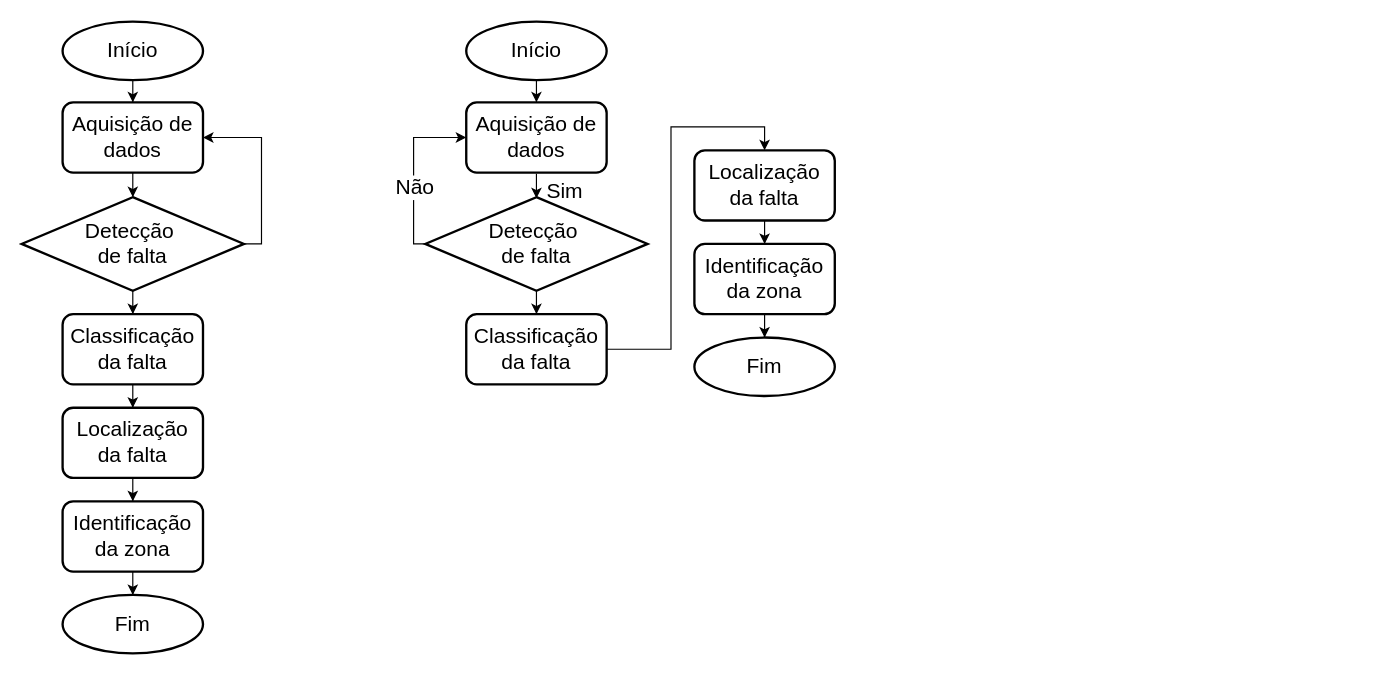
CaioVCGrilo/fluxogramas keeps this draw.io diagram as localizacao_ondas_viajantes_cba.drawio. Above is the earlier version. Source tidied: cells renumbered, new cells numbered last; positions are measured from the earlier drawing's top-left corner, leaving out a move shared by most shapes. Both pictures are drawn from the tidied source at 117%, with x=0, y=0 at pixel (21, 21).
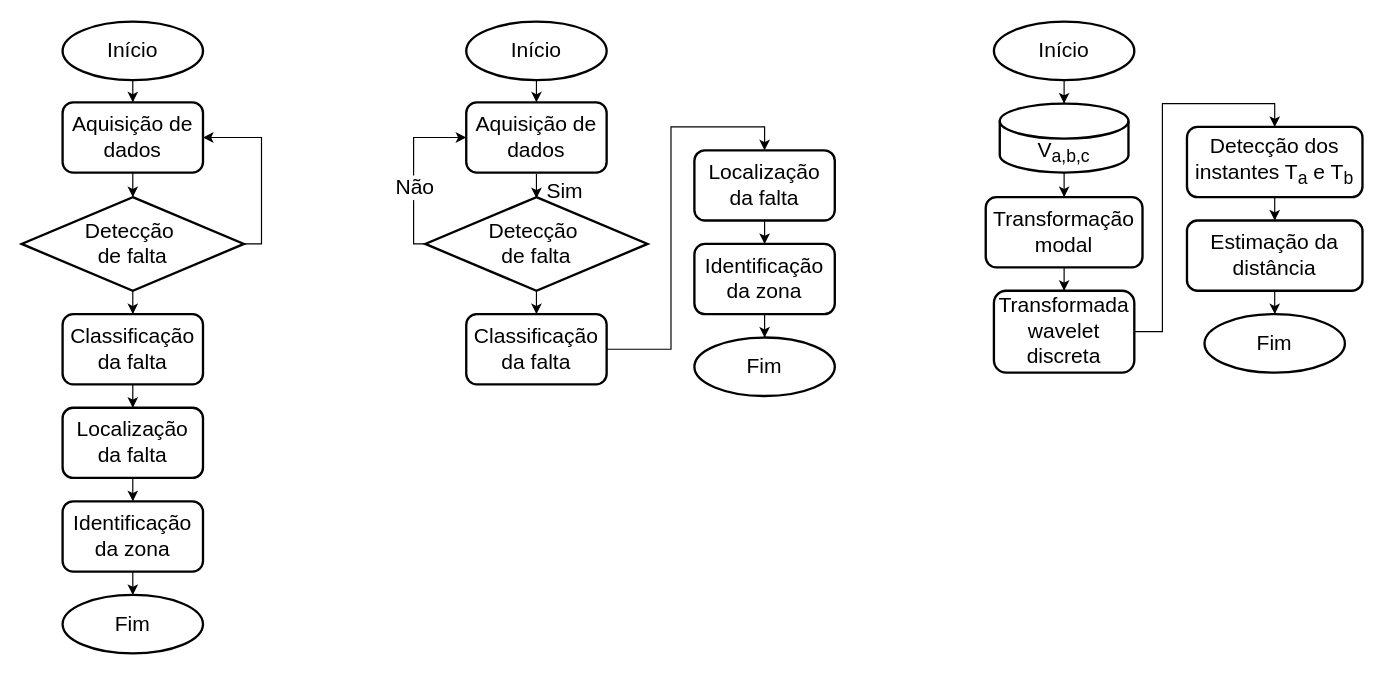
The same page after the edit.

Diff of the diagram source:
```diff
@@
+    <mxCell id="32" style="edgeStyle=orthogonalEdgeStyle;rounded=0;jettySize=auto;html=1;" parent="1" edge="1" source="33" target="42">
+      <mxGeometry relative="1" as="geometry" />
+    </mxCell>
+    <mxCell id="33" value="&lt;font style=&quot;font-size: 18px;&quot;&gt;Início&lt;/font&gt;" style="ellipse;whiteSpace=wrap;html=1;strokeWidth=2;" parent="1" vertex="1">
+      <mxGeometry x="831" width="120" height="50" as="geometry" />
+    </mxCell>
+    <mxCell id="34" style="edgeStyle=orthogonalEdgeStyle;rounded=0;jettySize=auto;html=1;entryX=0.5;entryY=0;entryDx=0;entryDy=0;" parent="1" edge="1" source="35" target="37">
+      <mxGeometry relative="1" as="geometry">
+        <Array as="points">
+          <mxPoint x="975" y="265" />
+          <mxPoint x="975" y="70" />
+          <mxPoint x="1071" y="70" />
+        </Array>
+      </mxGeometry>
+    </mxCell>
+    <mxCell id="35" value="&lt;font style=&quot;font-size: 18px;&quot;&gt;Transformada wavelet discreta&lt;/font&gt;" style="rounded=1;whiteSpace=wrap;html=1;strokeWidth=2;" parent="1" vertex="1">
+      <mxGeometry x="831" y="230" width="120" height="70" as="geometry" />
+    </mxCell>
+    <mxCell id="36" style="edgeStyle=orthogonalEdgeStyle;rounded=0;jettySize=auto;html=1;" parent="1" edge="1" source="37" target="39">
+      <mxGeometry relative="1" as="geometry" />
+    </mxCell>
+    <mxCell id="37" value="&lt;font style=&quot;font-size: 18px;&quot;&gt;Detecção dos instantes T&lt;sub&gt;a&lt;/sub&gt; e T&lt;sub&gt;b&lt;/sub&gt;&lt;/font&gt;" style="rounded=1;whiteSpace=wrap;html=1;strokeWidth=2;" parent="1" vertex="1">
+      <mxGeometry x="996" y="90" width="150" height="60" as="geometry" />
+    </mxCell>
+    <mxCell id="38" style="edgeStyle=orthogonalEdgeStyle;rounded=0;jettySize=auto;html=1;" parent="1" edge="1" source="39" target="40">
+      <mxGeometry relative="1" as="geometry" />
+    </mxCell>
+    <mxCell id="39" value="&lt;font style=&quot;font-size: 18px;&quot;&gt;Estimação da distância&lt;/font&gt;" style="rounded=1;whiteSpace=wrap;html=1;strokeWidth=2;" parent="1" vertex="1">
+      <mxGeometry x="996" y="170" width="150" height="60" as="geometry" />
+    </mxCell>
+    <mxCell id="40" value="&lt;span style=&quot;font-size: 18px;&quot;&gt;Fim&lt;/span&gt;" style="ellipse;whiteSpace=wrap;html=1;strokeWidth=2;" parent="1" vertex="1">
+      <mxGeometry x="1011" y="250" width="120" height="50" as="geometry" />
+    </mxCell>
+    <mxCell id="41" style="edgeStyle=orthogonalEdgeStyle;rounded=0;jettySize=auto;html=1;" parent="1" edge="1" source="42" target="44">
+      <mxGeometry relative="1" as="geometry" />
+    </mxCell>
+    <mxCell id="42" value="&lt;font style=&quot;font-size: 18px;&quot;&gt;V&lt;sub&gt;a,b,c&lt;/sub&gt;&lt;/font&gt;" style="shape=cylinder3;whiteSpace=wrap;html=1;boundedLbl=1;backgroundOutline=1;size=15;strokeWidth=2;" parent="1" vertex="1">
+      <mxGeometry x="836" y="70" width="110" height="59" as="geometry" />
+    </mxCell>
+    <mxCell id="43" style="edgeStyle=orthogonalEdgeStyle;rounded=0;jettySize=auto;html=1;" parent="1" edge="1" source="44" target="35">
+      <mxGeometry relative="1" as="geometry" />
+    </mxCell>
+    <mxCell id="44" value="&lt;font style=&quot;font-size: 18px;&quot;&gt;Transformação modal&lt;/font&gt;" style="rounded=1;whiteSpace=wrap;html=1;strokeWidth=2;" parent="1" vertex="1">
+      <mxGeometry x="824" y="150" width="134" height="60" as="geometry" />
+    </mxCell>
```
